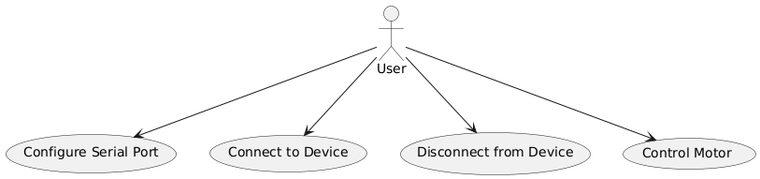
AhmedYousry49/Water-Level keeps this PlantUML diagram as UML/ Use Case Diagram.png. Above is the earlier version.
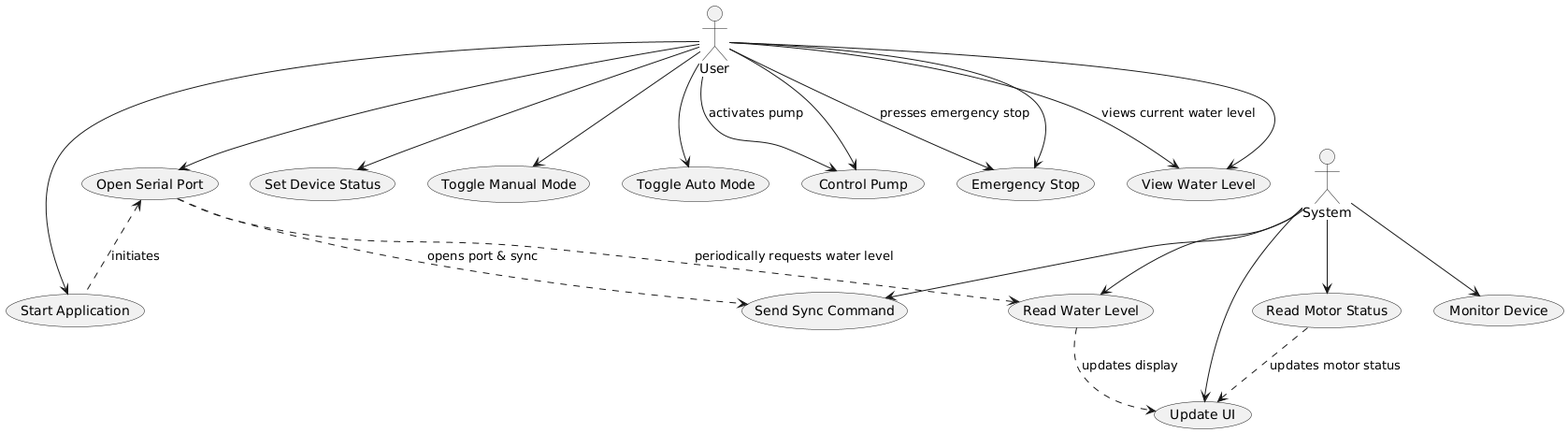
The same file after the commit.

What changed in the source:
```diff
@@ -1,12 +1,28 @@
 @startuml
 actor User
-usecase "Configure Serial Port" as UC1
-usecase "Connect to Device" as UC2
-usecase "Disconnect from Device" as UC3
-usecase "Control Motor" as UC4
+actor System
 
-User --> UC1
-User --> UC2
-User --> UC3
-User --> UC4
+User --> (Start Application)
+User --> (Open Serial Port)
+User --> (Set Device Status)
+User --> (Toggle Manual Mode)
+User --> (Toggle Auto Mode)
+User --> (Control Pump)
+User --> (Emergency Stop)
+User --> (View Water Level)
+
+System --> (Read Water Level)
+System --> (Read Motor Status)
+System --> (Send Sync Command)
+System --> (Update UI)
+System --> (Monitor Device)
+
+(Start Application) .up.> (Open Serial Port) : initiates
+(Open Serial Port) .down.> (Send Sync Command) : opens port & sync
+(Open Serial Port) .down.> (Read Water Level) : periodically requests water level
+(Read Water Level) .down.> (Update UI) : updates display
+(Read Motor Status) .down.> (Update UI) : updates motor status
+(User) --> (Control Pump) : activates pump
+(User) --> (Emergency Stop) : presses emergency stop
+(User) --> (View Water Level) : views current water level
 @enduml
```
